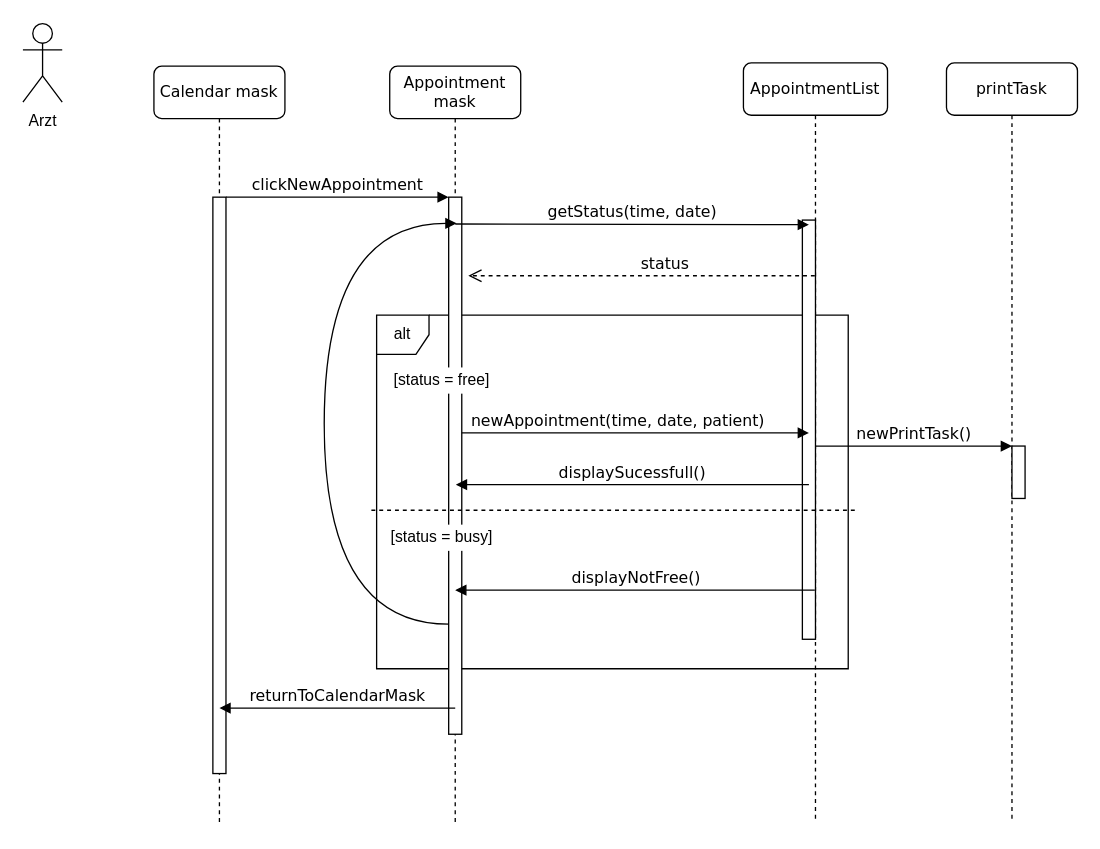
Above: doc/task-02/Sequenzdiagramm/Appointment.drawio in selvs1/ePsyDoc (draw.io), before the change. Source tidied: cells renumbered, new cells numbered last; positions are measured from the earlier drawing's top-left corner, leaving out a move shared by most shapes. Both pictures are drawn from the tidied source at 131%, with x=0, y=0 at pixel (22, 24).
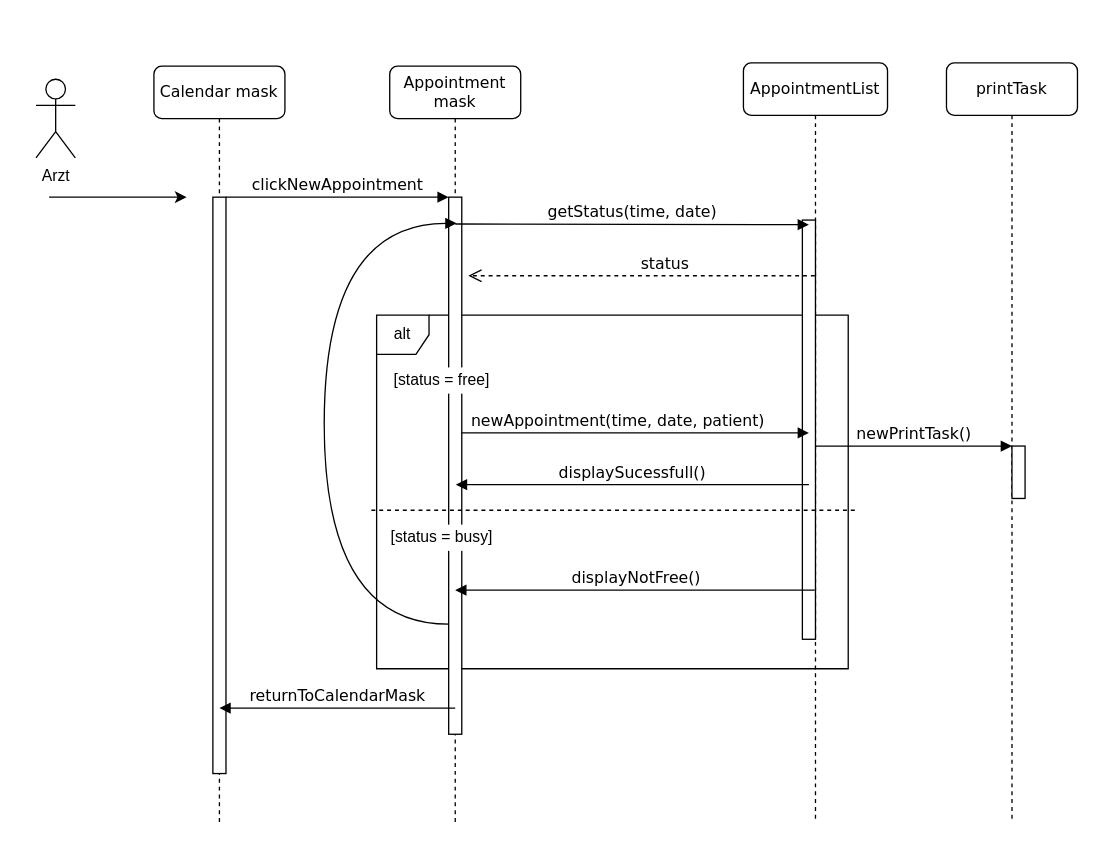
After the change.

Commit message (it also covers changes not shown here):
biuder vergrösseret

The edit, as a diff of the source:
```diff
@@
     <mxCell id="14" value="Arzt" style="shape=umlActor;verticalLabelPosition=bottom;labelBackgroundColor=#ffffff;verticalAlign=top;html=1;" parent="1" vertex="1">
-      <mxGeometry y="-0.5" width="30" height="60" as="geometry" />
+      <mxGeometry x="10" y="42" width="30" height="60" as="geometry" />
     </mxCell>
@@
+    <mxCell id="24" style="endArrow=classic;html=1;" parent="1" edge="1">
+      <mxGeometry relative="1" as="geometry">
+        <mxPoint x="20" y="132" as="sourcePoint" />
+        <mxPoint x="125" y="132" as="targetPoint" />
+      </mxGeometry>
+    </mxCell>
```
